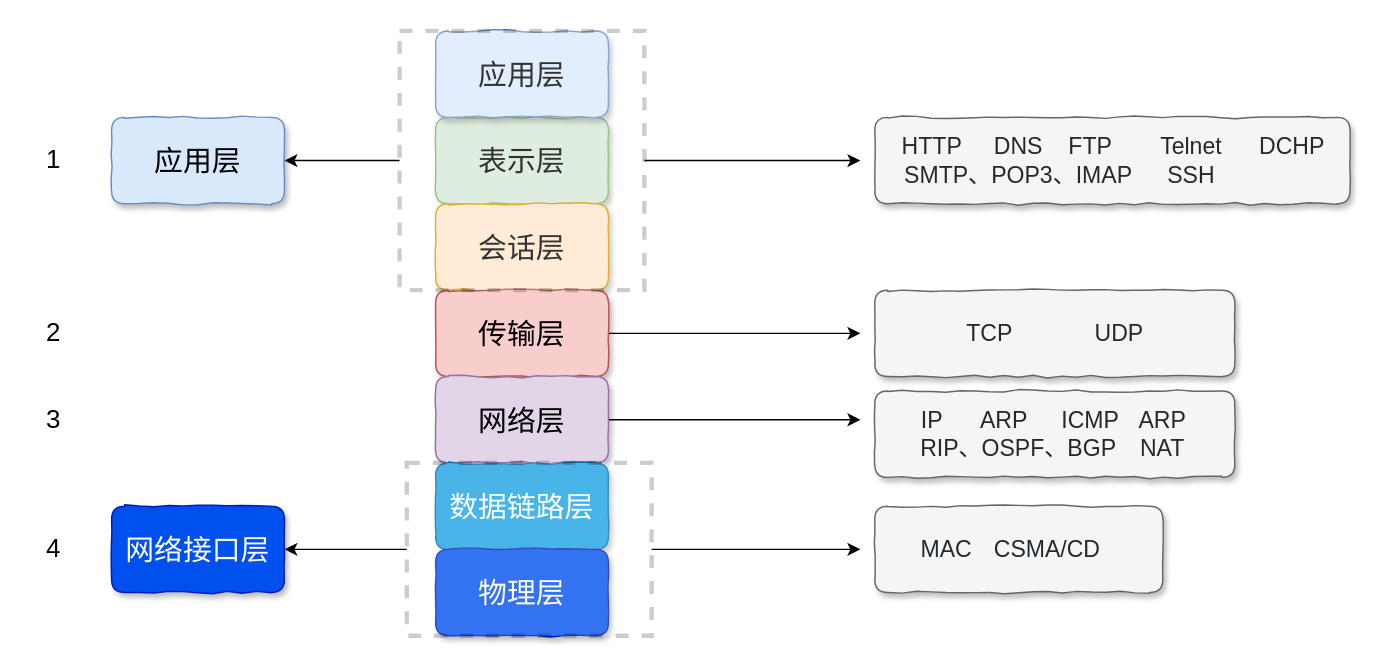
Snailclimb/JavaGuide keeps this draw.io diagram as docs/cs-basics/network/images/osi&tcp-ip-model/network-protocol-overview.drawio. Above is the earlier version. Source tidied: cells renumbered, new cells numbered last; positions are measured from the earlier drawing's top-left corner, leaving out a move shared by most shapes. Both pictures are drawn from the tidied source at 144%, with x=0, y=0 at pixel (24, 30).
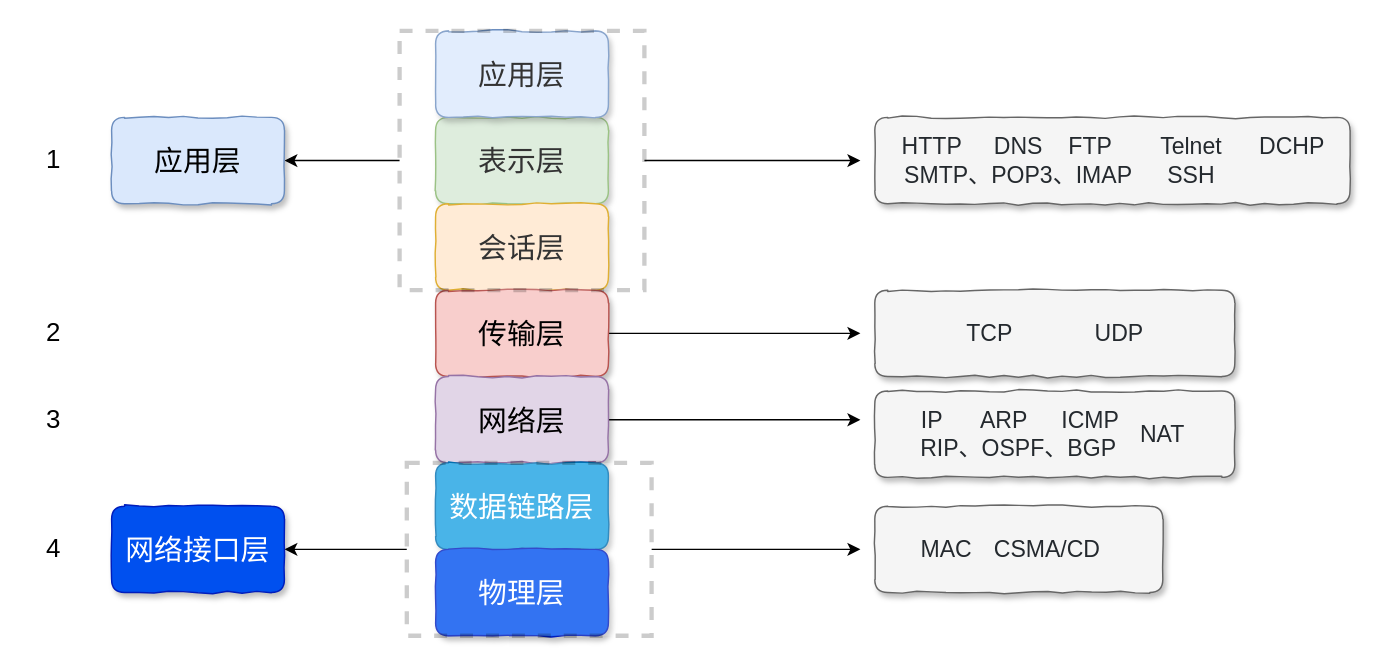
Above is the later version.

The edit, as a diff of the source:
```diff
@@
     <mxCell id="32" value="&lt;div style=&quot;text-align: left&quot;&gt;&lt;font color=&quot;#24292e&quot;&gt;&lt;span style=&quot;font-size: 16px&quot;&gt;NAT&lt;/span&gt;&lt;/font&gt;&lt;/div&gt;" style="text;html=1;strokeColor=none;align=center;verticalAlign=middle;whiteSpace=wrap;rounded=0;gradientColor=#ffffff;labelBackgroundColor=none;" parent="1" vertex="1">
-      <mxGeometry x="770" y="280" width="40" height="20" as="geometry" />
+      <mxGeometry x="770" y="270" width="40" height="20" as="geometry" />
     </mxCell>
@@
-    <mxCell id="35" value="&lt;div style=&quot;text-align: left&quot;&gt;&lt;font color=&quot;#24292e&quot;&gt;&lt;span style=&quot;font-size: 16px&quot;&gt;ARP&lt;/span&gt;&lt;/font&gt;&lt;/div&gt;" style="text;html=1;strokeColor=none;align=center;verticalAlign=middle;whiteSpace=wrap;rounded=0;gradientColor=#ffffff;labelBackgroundColor=none;" parent="1" vertex="1">
-      <mxGeometry x="770" y="260" width="40" height="20" as="geometry" />
-    </mxCell>
```
